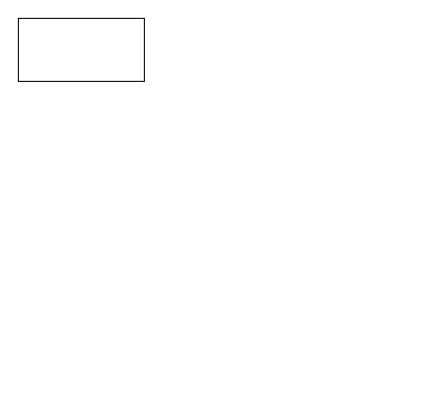
The draw.io diagram erd.drawio in dgdecorso/backend-imageTest, before the edit. Source tidied: cells renumbered, new cells numbered last; positions are measured from the earlier drawing's top-left corner, leaving out a move shared by most shapes. Both pictures are drawn from the tidied source at 105%, with x=0, y=0 at pixel (18, 18).
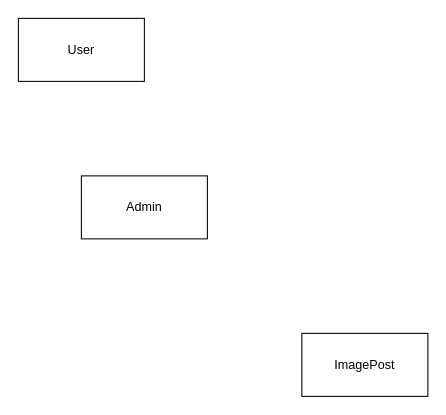
The same page after the edit.

Change to the diagram source:
```diff
@@
 <mxGraphModel>
   <root>
     <mxCell id="0" />
     <mxCell id="1" parent="0" />
-    <mxCell id="2" style="rounded=0;whiteSpace=wrap;html=1;" parent="1" vertex="1">
+    <mxCell id="2" value="User" style="rounded=0;whiteSpace=wrap;html=1;" parent="1" vertex="1">
       <mxGeometry width="120" height="60" as="geometry" />
     </mxCell>
+    <mxCell id="3" value="Admin" style="rounded=0;whiteSpace=wrap;html=1;" parent="1" vertex="1">
+      <mxGeometry x="60" y="150" width="120" height="60" as="geometry" />
+    </mxCell>
+    <mxCell id="4" value="ImagePost" style="rounded=0;whiteSpace=wrap;html=1;" parent="1" vertex="1">
+      <mxGeometry x="270" y="300" width="120" height="60" as="geometry" />
+    </mxCell>
   </root>
 </mxGraphModel>
```
